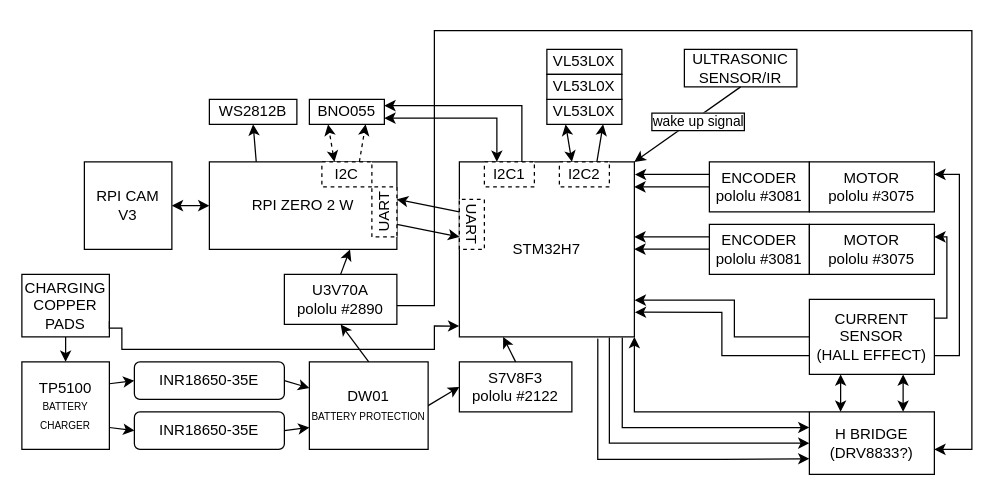
Earlier version of the draw.io diagram images/block_diagram.drawio (kpierzynski/MiniEmpathiaBot). Source tidied: cells renumbered, new cells numbered last; positions are measured from the earlier drawing's top-left corner, leaving out a move shared by most shapes. Both pictures are drawn from the tidied source at 125%, with x=0, y=0 at pixel (21, 30).
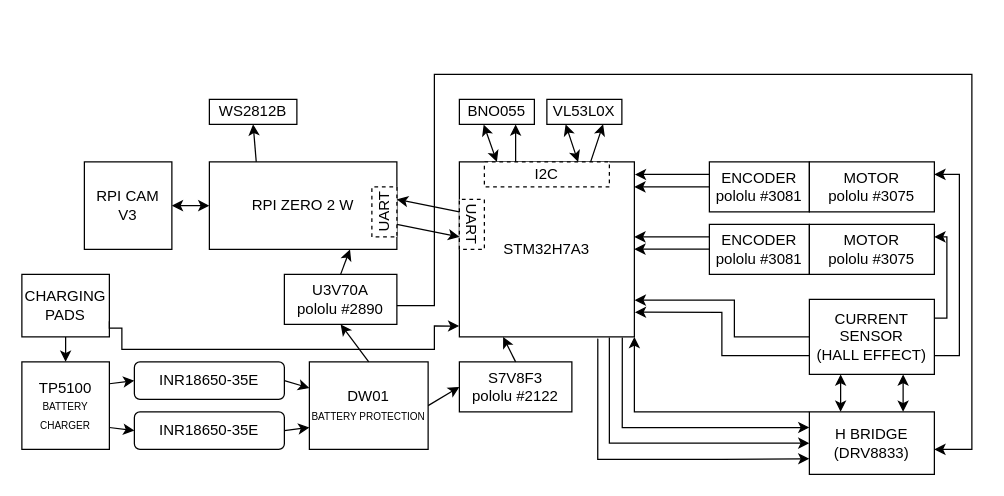
After the change.

Unchanged cells that the change refers to:
```xml
<mxCell id="7" value="VL53L0X" style="rounded=0;whiteSpace=wrap;html=1;" parent="1" vertex="1">
  <mxGeometry x="420" y="55" width="60" height="20" as="geometry" />
</mxCell>
```

Change to the diagram source:
```diff
@@
-    <mxCell id="2" value="STM32H7" style="whiteSpace=wrap;html=1;" parent="1" vertex="1">
+    <mxCell id="2" value="STM32H7A3" style="whiteSpace=wrap;html=1;" parent="1" vertex="1">
       <mxGeometry x="350" y="105" width="140" height="140" as="geometry" />
     </mxCell>
-    <mxCell id="3" value="I2C1" style="rounded=0;whiteSpace=wrap;html=1;dashed=1;" parent="1" vertex="1">
-      <mxGeometry x="370" y="105" width="40" height="20" as="geometry" />
-    </mxCell>
-    <mxCell id="4" value="I2C2" style="rounded=0;whiteSpace=wrap;html=1;dashed=1;" parent="1" vertex="1">
-      <mxGeometry x="430" y="105" width="40" height="20" as="geometry" />
+    <mxCell id="4" value="I2C" style="rounded=0;whiteSpace=wrap;html=1;dashed=1;" parent="1" vertex="1">
+      <mxGeometry x="370" y="105" width="100" height="20" as="geometry" />
     </mxCell>
@@
-    <mxCell id="8" value="VL53L0X" style="rounded=0;whiteSpace=wrap;html=1;" parent="1" vertex="1">
-      <mxGeometry x="420" y="15" width="60" height="20" as="geometry" />
-    </mxCell>
-    <mxCell id="9" value="VL53L0X" style="rounded=0;whiteSpace=wrap;html=1;" parent="1" vertex="1">
-      <mxGeometry x="420" y="35" width="60" height="20" as="geometry" />
-    </mxCell>
-    <mxCell id="10" value="I2C" style="rounded=0;whiteSpace=wrap;html=1;dashed=1;" parent="1" vertex="1">
-      <mxGeometry x="240" y="105" width="40" height="20" as="geometry" />
-    </mxCell>
     <mxCell id="11" value="BNO055" style="rounded=0;whiteSpace=wrap;html=1;" parent="1" vertex="1">
-      <mxGeometry x="230" y="55" width="60" height="20" as="geometry" />
+      <mxGeometry x="350" y="55" width="60" height="20" as="geometry" />
     </mxCell>
@@
-    <mxCell id="25" value="H BRIDGE&lt;br&gt;(DRV8833?)" style="rounded=0;whiteSpace=wrap;html=1;" parent="1" vertex="1">
+    <mxCell id="25" value="H BRIDGE&lt;br&gt;(DRV8833)" style="rounded=0;whiteSpace=wrap;html=1;" parent="1" vertex="1">
       <mxGeometry x="630" y="305" width="100" height="50" as="geometry" />
     </mxCell>
@@
-    <mxCell id="28" style="endArrow=classic;startArrow=classic;html=1;rounded=0;exitX=0.25;exitY=0;exitDx=0;exitDy=0;entryX=0.25;entryY=1;entryDx=0;entryDy=0;dashed=1;" parent="1" edge="1" source="10" target="11">
-      <mxGeometry relative="1" as="geometry" />
-    </mxCell>
-    <mxCell id="29" style="endArrow=classic;html=1;rounded=0;exitX=0.75;exitY=0;exitDx=0;exitDy=0;entryX=0.75;entryY=1;entryDx=0;entryDy=0;dashed=1;" parent="1" edge="1" source="10" target="11">
-      <mxGeometry relative="1" as="geometry" />
-    </mxCell>
-    <mxCell id="30" style="endArrow=classic;startArrow=classic;html=1;rounded=0;exitX=0.25;exitY=0;exitDx=0;exitDy=0;entryX=0.25;entryY=1;entryDx=0;entryDy=0;" parent="1" edge="1" source="4" target="7">
+    <mxCell id="30" style="endArrow=classic;startArrow=classic;html=1;rounded=0;exitX=0.75;exitY=0;exitDx=0;exitDy=0;entryX=0.25;entryY=1;entryDx=0;entryDy=0;" parent="1" edge="1" source="4" target="7">
       <mxGeometry relative="1" as="geometry" />
     </mxCell>
-    <mxCell id="31" style="endArrow=classic;html=1;rounded=0;exitX=0.75;exitY=0;exitDx=0;exitDy=0;entryX=0.75;entryY=1;entryDx=0;entryDy=0;" parent="1" edge="1" source="4" target="7">
+    <mxCell id="31" style="endArrow=classic;html=1;rounded=0;exitX=0.75;exitY=0;exitDx=0;exitDy=0;entryX=0.75;entryY=1;entryDx=0;entryDy=0;" parent="1" edge="1" source="2" target="7">
       <mxGeometry relative="1" as="geometry" />
     </mxCell>
-    <mxCell id="32" style="endArrow=classic;startArrow=classic;html=1;rounded=0;exitX=1;exitY=0.75;exitDx=0;exitDy=0;entryX=0.25;entryY=0;entryDx=0;entryDy=0;edgeStyle=orthogonalEdgeStyle;" parent="1" edge="1" source="11" target="3">
-      <mxGeometry relative="1" as="geometry" />
+    <mxCell id="32" style="endArrow=classic;startArrow=classic;html=1;rounded=0;exitX=0.324;exitY=1.007;exitDx=0;exitDy=0;entryX=0.25;entryY=0;entryDx=0;entryDy=0;exitPerimeter=0;" parent="1" edge="1" source="11">
+      <mxGeometry relative="1" as="geometry">
+        <mxPoint x="380" y="105" as="targetPoint" />
+      </mxGeometry>
     </mxCell>
-    <mxCell id="33" style="endArrow=classic;html=1;rounded=0;entryX=1;entryY=0.25;entryDx=0;entryDy=0;exitX=0.75;exitY=0;exitDx=0;exitDy=0;edgeStyle=orthogonalEdgeStyle;" parent="1" edge="1" source="3" target="11">
+    <mxCell id="33" style="endArrow=classic;html=1;rounded=0;entryX=0.75;entryY=1;entryDx=0;entryDy=0;edgeStyle=orthogonalEdgeStyle;exitX=0.25;exitY=0;exitDx=0;exitDy=0;" parent="1" edge="1" source="4" target="11">
       <mxGeometry relative="1" as="geometry" />
     </mxCell>
@@
-    <mxCell id="44" value="ULTRASONIC&lt;br&gt;SENSOR/IR" style="rounded=0;whiteSpace=wrap;html=1;" parent="1" vertex="1">
-      <mxGeometry x="530" y="15" width="90" height="30" as="geometry" />
-    </mxCell>
-    <mxCell id="45" style="endArrow=classic;html=1;rounded=0;exitX=0.5;exitY=1;exitDx=0;exitDy=0;entryX=1;entryY=0;entryDx=0;entryDy=0;" parent="1" edge="1" source="44" target="2">
-      <mxGeometry relative="1" as="geometry" />
-    </mxCell>
-    <mxCell id="46" value="wake up signal" style="edgeLabel;html=1;align=center;verticalAlign=middle;labelBorderColor=default;" parent="45" vertex="1">
-      <mxGeometry x="-0.16" y="3" relative="1" as="geometry" />
-    </mxCell>
@@
     <mxCell id="57" style="endArrow=classic;html=1;rounded=0;exitX=1;exitY=0.5;exitDx=0;exitDy=0;edgeStyle=orthogonalEdgeStyle;entryX=1;entryY=0.5;entryDx=0;entryDy=0;" parent="1" edge="1">
       <mxGeometry relative="1" as="geometry">
         <mxPoint x="300" y="220" as="sourcePoint" />
         <mxPoint x="730" y="335" as="targetPoint" />
         <Array as="points">
           <mxPoint x="330" y="220" />
-          <mxPoint x="330" />
-          <mxPoint x="760" />
+          <mxPoint x="330" y="35" />
+          <mxPoint x="760" y="35" />
           <mxPoint x="760" y="335" />
         </Array>
       </mxGeometry>
     </mxCell>
@@
-    <mxCell id="63" value="CHARGING COPPER&lt;br&gt;PADS" style="rounded=0;whiteSpace=wrap;html=1;" parent="1" vertex="1">
+    <mxCell id="63" value="CHARGING PADS" style="rounded=0;whiteSpace=wrap;html=1;" parent="1" vertex="1">
       <mxGeometry y="195" width="70" height="50" as="geometry" />
     </mxCell>
```
